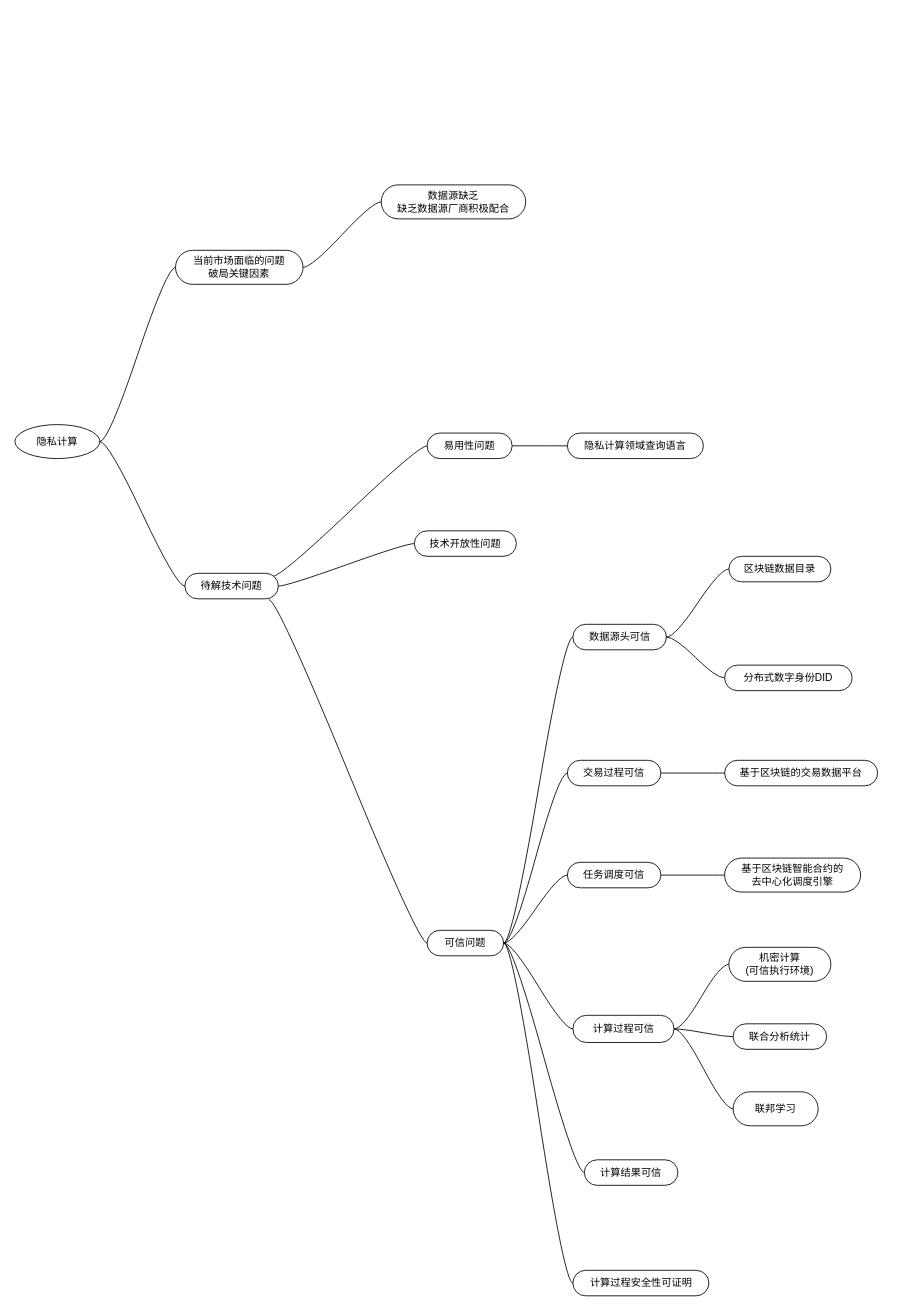
This is mpc/IDC.drawio from zmmwl/drawio, a draw.io file, before an edit. Source tidied: cells renumbered, new cells numbered last; positions are measured from the earlier drawing's top-left corner, leaving out a move shared by most shapes. Both pictures are drawn from the tidied source at 85%, with x=0, y=0 at pixel (14, 184).
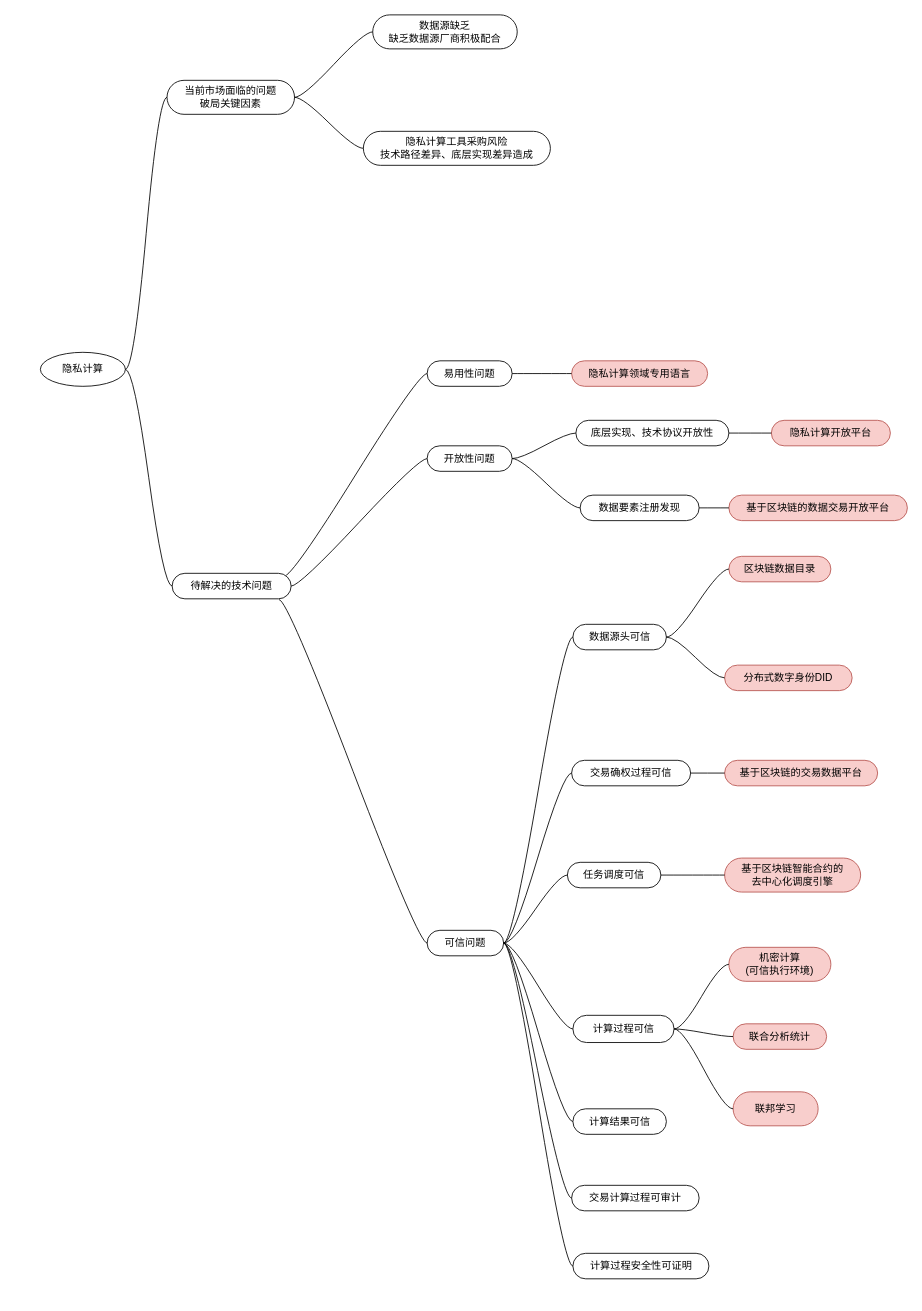
After the change.

The change refers to these unchanged cells:
```xml
<mxCell id="5" value="可信问题" style="whiteSpace=wrap;html=1;rounded=1;arcSize=50;align=center;verticalAlign=middle;strokeWidth=1;spacing=4;newEdgeStyle={&quot;edgeStyle&quot;:&quot;entityRelationEdgeStyle&quot;,&quot;startArrow&quot;:&quot;none&quot;,&quot;endArrow&quot;:&quot;none&quot;,&quot;segment&quot;:10,&quot;curved&quot;:1};" parent="1" vertex="1">
  <mxGeometry x="485" y="877" width="90" height="30" as="geometry" />
</mxCell>
```

Change to the diagram source:
```diff
@@
     <mxCell id="2" value="隐私计算" style="ellipse;whiteSpace=wrap;html=1;align=center;newEdgeStyle={&quot;edgeStyle&quot;:&quot;entityRelationEdgeStyle&quot;,&quot;startArrow&quot;:&quot;none&quot;,&quot;endArrow&quot;:&quot;none&quot;,&quot;segment&quot;:10,&quot;curved&quot;:1};" parent="1" vertex="1">
-      <mxGeometry y="282" width="100" height="40" as="geometry" />
+      <mxGeometry x="30" y="197" width="100" height="40" as="geometry" />
     </mxCell>
     <mxCell id="3" value="当前市场面临的问题&lt;br&gt;破局关键因素" style="whiteSpace=wrap;html=1;rounded=1;arcSize=50;align=center;verticalAlign=middle;strokeWidth=1;spacing=4;newEdgeStyle={&quot;edgeStyle&quot;:&quot;entityRelationEdgeStyle&quot;,&quot;startArrow&quot;:&quot;none&quot;,&quot;endArrow&quot;:&quot;none&quot;,&quot;segment&quot;:10,&quot;curved&quot;:1};" parent="1" vertex="1">
-      <mxGeometry x="189" y="77" width="150" height="40" as="geometry" />
+      <mxGeometry x="179" y="-123" width="150" height="40" as="geometry" />
     </mxCell>
@@
-    <mxCell id="7" value="机密计算&lt;br&gt;(可信执行环境)" style="whiteSpace=wrap;html=1;rounded=1;arcSize=50;align=center;verticalAlign=middle;strokeWidth=1;spacing=4;newEdgeStyle={&quot;edgeStyle&quot;:&quot;entityRelationEdgeStyle&quot;,&quot;startArrow&quot;:&quot;none&quot;,&quot;endArrow&quot;:&quot;none&quot;,&quot;segment&quot;:10,&quot;curved&quot;:1};" parent="1" vertex="1">
+    <mxCell id="7" value="机密计算&lt;br&gt;(可信执行环境)" style="whiteSpace=wrap;html=1;rounded=1;arcSize=50;align=center;verticalAlign=middle;strokeWidth=1;spacing=4;newEdgeStyle={&quot;edgeStyle&quot;:&quot;entityRelationEdgeStyle&quot;,&quot;startArrow&quot;:&quot;none&quot;,&quot;endArrow&quot;:&quot;none&quot;,&quot;segment&quot;:10,&quot;curved&quot;:1};fillColor=#f8cecc;strokeColor=#b85450;" parent="1" vertex="1">
       <mxGeometry x="840" y="897" width="120" height="40" as="geometry" />
     </mxCell>
@@
-    <mxCell id="9" value="联合分析统计" style="whiteSpace=wrap;html=1;rounded=1;arcSize=50;align=center;verticalAlign=middle;strokeWidth=1;spacing=4;newEdgeStyle={&quot;edgeStyle&quot;:&quot;entityRelationEdgeStyle&quot;,&quot;startArrow&quot;:&quot;none&quot;,&quot;endArrow&quot;:&quot;none&quot;,&quot;segment&quot;:10,&quot;curved&quot;:1};" parent="1" vertex="1">
+    <mxCell id="9" value="联合分析统计" style="whiteSpace=wrap;html=1;rounded=1;arcSize=50;align=center;verticalAlign=middle;strokeWidth=1;spacing=4;newEdgeStyle={&quot;edgeStyle&quot;:&quot;entityRelationEdgeStyle&quot;,&quot;startArrow&quot;:&quot;none&quot;,&quot;endArrow&quot;:&quot;none&quot;,&quot;segment&quot;:10,&quot;curved&quot;:1};fillColor=#f8cecc;strokeColor=#b85450;" parent="1" vertex="1">
       <mxGeometry x="845" y="987" width="110" height="30" as="geometry" />
     </mxCell>
@@
-    <mxCell id="11" value="联邦学习" style="whiteSpace=wrap;html=1;rounded=1;arcSize=50;align=center;verticalAlign=middle;strokeWidth=1;spacing=4;newEdgeStyle={&quot;edgeStyle&quot;:&quot;entityRelationEdgeStyle&quot;,&quot;startArrow&quot;:&quot;none&quot;,&quot;endArrow&quot;:&quot;none&quot;,&quot;segment&quot;:10,&quot;curved&quot;:1};" parent="1" vertex="1">
+    <mxCell id="11" value="联邦学习" style="whiteSpace=wrap;html=1;rounded=1;arcSize=50;align=center;verticalAlign=middle;strokeWidth=1;spacing=4;newEdgeStyle={&quot;edgeStyle&quot;:&quot;entityRelationEdgeStyle&quot;,&quot;startArrow&quot;:&quot;none&quot;,&quot;endArrow&quot;:&quot;none&quot;,&quot;segment&quot;:10,&quot;curved&quot;:1};fillColor=#f8cecc;strokeColor=#b85450;" parent="1" vertex="1">
       <mxGeometry x="845" y="1067" width="100" height="40" as="geometry" />
     </mxCell>
@@
-    <mxCell id="17" value="交易过程可信" style="whiteSpace=wrap;html=1;rounded=1;arcSize=50;align=center;verticalAlign=middle;strokeWidth=1;spacing=4;newEdgeStyle={&quot;edgeStyle&quot;:&quot;entityRelationEdgeStyle&quot;,&quot;startArrow&quot;:&quot;none&quot;,&quot;endArrow&quot;:&quot;none&quot;,&quot;segment&quot;:10,&quot;curved&quot;:1};" parent="1" vertex="1">
-      <mxGeometry x="650" y="677" width="110" height="30" as="geometry" />
+    <mxCell id="17" value="交易确权过程可信" style="whiteSpace=wrap;html=1;rounded=1;arcSize=50;align=center;verticalAlign=middle;strokeWidth=1;spacing=4;newEdgeStyle={&quot;edgeStyle&quot;:&quot;entityRelationEdgeStyle&quot;,&quot;startArrow&quot;:&quot;none&quot;,&quot;endArrow&quot;:&quot;none&quot;,&quot;segment&quot;:10,&quot;curved&quot;:1};" parent="1" vertex="1">
+      <mxGeometry x="655" y="677" width="140" height="30" as="geometry" />
     </mxCell>
@@
-    <mxCell id="21" value="基于区块链智能合约的&lt;br&gt;去中心化调度引擎" style="whiteSpace=wrap;html=1;rounded=1;arcSize=50;align=center;verticalAlign=middle;strokeWidth=1;spacing=4;newEdgeStyle={&quot;edgeStyle&quot;:&quot;entityRelationEdgeStyle&quot;,&quot;startArrow&quot;:&quot;none&quot;,&quot;endArrow&quot;:&quot;none&quot;,&quot;segment&quot;:10,&quot;curved&quot;:1};" parent="1" vertex="1">
+    <mxCell id="21" value="基于区块链智能合约的&lt;br&gt;去中心化调度引擎" style="whiteSpace=wrap;html=1;rounded=1;arcSize=50;align=center;verticalAlign=middle;strokeWidth=1;spacing=4;newEdgeStyle={&quot;edgeStyle&quot;:&quot;entityRelationEdgeStyle&quot;,&quot;startArrow&quot;:&quot;none&quot;,&quot;endArrow&quot;:&quot;none&quot;,&quot;segment&quot;:10,&quot;curved&quot;:1};fillColor=#f8cecc;strokeColor=#b85450;" parent="1" vertex="1">
       <mxGeometry x="835" y="792" width="160" height="40" as="geometry" />
     </mxCell>
@@
-    <mxCell id="23" value="基于区块链的交易数据平台" style="whiteSpace=wrap;html=1;rounded=1;arcSize=50;align=center;verticalAlign=middle;strokeWidth=1;spacing=4;newEdgeStyle={&quot;edgeStyle&quot;:&quot;entityRelationEdgeStyle&quot;,&quot;startArrow&quot;:&quot;none&quot;,&quot;endArrow&quot;:&quot;none&quot;,&quot;segment&quot;:10,&quot;curved&quot;:1};" parent="1" vertex="1">
+    <mxCell id="23" value="基于区块链的交易数据平台" style="whiteSpace=wrap;html=1;rounded=1;arcSize=50;align=center;verticalAlign=middle;strokeWidth=1;spacing=4;newEdgeStyle={&quot;edgeStyle&quot;:&quot;entityRelationEdgeStyle&quot;,&quot;startArrow&quot;:&quot;none&quot;,&quot;endArrow&quot;:&quot;none&quot;,&quot;segment&quot;:10,&quot;curved&quot;:1};fillColor=#f8cecc;strokeColor=#b85450;" parent="1" vertex="1">
       <mxGeometry x="835" y="677" width="180" height="30" as="geometry" />
     </mxCell>
@@
-    <mxCell id="25" value="区块链数据目录" style="whiteSpace=wrap;html=1;rounded=1;arcSize=50;align=center;verticalAlign=middle;strokeWidth=1;spacing=4;newEdgeStyle={&quot;edgeStyle&quot;:&quot;entityRelationEdgeStyle&quot;,&quot;startArrow&quot;:&quot;none&quot;,&quot;endArrow&quot;:&quot;none&quot;,&quot;segment&quot;:10,&quot;curved&quot;:1};" parent="1" vertex="1">
+    <mxCell id="25" value="区块链数据目录" style="whiteSpace=wrap;html=1;rounded=1;arcSize=50;align=center;verticalAlign=middle;strokeWidth=1;spacing=4;newEdgeStyle={&quot;edgeStyle&quot;:&quot;entityRelationEdgeStyle&quot;,&quot;startArrow&quot;:&quot;none&quot;,&quot;endArrow&quot;:&quot;none&quot;,&quot;segment&quot;:10,&quot;curved&quot;:1};fillColor=#f8cecc;strokeColor=#b85450;" parent="1" vertex="1">
       <mxGeometry x="840" y="437" width="120" height="30" as="geometry" />
     </mxCell>
@@
     <mxCell id="27" value="计算过程安全性可证明" style="whiteSpace=wrap;html=1;rounded=1;arcSize=50;align=center;verticalAlign=middle;strokeWidth=1;spacing=4;newEdgeStyle={&quot;edgeStyle&quot;:&quot;entityRelationEdgeStyle&quot;,&quot;startArrow&quot;:&quot;none&quot;,&quot;endArrow&quot;:&quot;none&quot;,&quot;segment&quot;:10,&quot;curved&quot;:1};" parent="1" vertex="1">
-      <mxGeometry x="656.5" y="1277" width="160" height="30" as="geometry" />
+      <mxGeometry x="656.5" y="1257" width="160" height="30" as="geometry" />
     </mxCell>
@@
     <mxCell id="29" value="计算结果可信" style="whiteSpace=wrap;html=1;rounded=1;arcSize=50;align=center;verticalAlign=middle;strokeWidth=1;spacing=4;newEdgeStyle={&quot;edgeStyle&quot;:&quot;entityRelationEdgeStyle&quot;,&quot;startArrow&quot;:&quot;none&quot;,&quot;endArrow&quot;:&quot;none&quot;,&quot;segment&quot;:10,&quot;curved&quot;:1};" parent="1" vertex="1">
-      <mxGeometry x="670" y="1147" width="110" height="30" as="geometry" />
+      <mxGeometry x="656.5" y="1087" width="110" height="30" as="geometry" />
     </mxCell>
@@
     <mxCell id="31" value="数据源缺乏&lt;br&gt;缺乏数据源厂商积极配合" style="whiteSpace=wrap;html=1;rounded=1;arcSize=50;align=center;verticalAlign=middle;strokeWidth=1;spacing=4;newEdgeStyle={&quot;edgeStyle&quot;:&quot;entityRelationEdgeStyle&quot;,&quot;startArrow&quot;:&quot;none&quot;,&quot;endArrow&quot;:&quot;none&quot;,&quot;segment&quot;:10,&quot;curved&quot;:1};" parent="1" vertex="1">
-      <mxGeometry x="431" width="170" height="40" as="geometry" />
+      <mxGeometry x="421" y="-200" width="170" height="40" as="geometry" />
     </mxCell>
@@
     <mxCell id="33" value="易用性问题" style="whiteSpace=wrap;html=1;rounded=1;arcSize=50;align=center;verticalAlign=middle;strokeWidth=1;spacing=4;newEdgeStyle={&quot;edgeStyle&quot;:&quot;entityRelationEdgeStyle&quot;,&quot;startArrow&quot;:&quot;none&quot;,&quot;endArrow&quot;:&quot;none&quot;,&quot;segment&quot;:10,&quot;curved&quot;:1};" parent="1" vertex="1">
-      <mxGeometry x="485" y="292" width="100" height="30" as="geometry" />
+      <mxGeometry x="485" y="207" width="100" height="30" as="geometry" />
     </mxCell>
@@
-    <mxCell id="35" value="待解技术问题" style="whiteSpace=wrap;html=1;rounded=1;arcSize=50;align=center;verticalAlign=middle;strokeWidth=1;spacing=4;newEdgeStyle={&quot;edgeStyle&quot;:&quot;entityRelationEdgeStyle&quot;,&quot;startArrow&quot;:&quot;none&quot;,&quot;endArrow&quot;:&quot;none&quot;,&quot;segment&quot;:10,&quot;curved&quot;:1};" parent="1" vertex="1">
-      <mxGeometry x="200" y="457" width="110" height="30" as="geometry" />
+    <mxCell id="35" value="待解决的技术问题" style="whiteSpace=wrap;html=1;rounded=1;arcSize=50;align=center;verticalAlign=middle;strokeWidth=1;spacing=4;newEdgeStyle={&quot;edgeStyle&quot;:&quot;entityRelationEdgeStyle&quot;,&quot;startArrow&quot;:&quot;none&quot;,&quot;endArrow&quot;:&quot;none&quot;,&quot;segment&quot;:10,&quot;curved&quot;:1};" parent="1" vertex="1">
+      <mxGeometry x="185" y="457" width="140" height="30" as="geometry" />
     </mxCell>
@@
-    <mxCell id="37" value="技术开放性问题" style="whiteSpace=wrap;html=1;rounded=1;arcSize=50;align=center;verticalAlign=middle;strokeWidth=1;spacing=4;newEdgeStyle={&quot;edgeStyle&quot;:&quot;entityRelationEdgeStyle&quot;,&quot;startArrow&quot;:&quot;none&quot;,&quot;endArrow&quot;:&quot;none&quot;,&quot;segment&quot;:10,&quot;curved&quot;:1};" parent="1" vertex="1">
-      <mxGeometry x="470" y="407" width="120" height="30" as="geometry" />
+    <mxCell id="37" value="开放性问题" style="whiteSpace=wrap;html=1;rounded=1;arcSize=50;align=center;verticalAlign=middle;strokeWidth=1;spacing=4;newEdgeStyle={&quot;edgeStyle&quot;:&quot;entityRelationEdgeStyle&quot;,&quot;startArrow&quot;:&quot;none&quot;,&quot;endArrow&quot;:&quot;none&quot;,&quot;segment&quot;:10,&quot;curved&quot;:1};" parent="1" vertex="1">
+      <mxGeometry x="485" y="307" width="100" height="30" as="geometry" />
     </mxCell>
@@
-    <mxCell id="39" value="隐私计算领域查询语言" style="whiteSpace=wrap;html=1;rounded=1;arcSize=50;align=center;verticalAlign=middle;strokeWidth=1;spacing=4;newEdgeStyle={&quot;edgeStyle&quot;:&quot;entityRelationEdgeStyle&quot;,&quot;startArrow&quot;:&quot;none&quot;,&quot;endArrow&quot;:&quot;none&quot;,&quot;segment&quot;:10,&quot;curved&quot;:1};" parent="1" vertex="1">
-      <mxGeometry x="650" y="292" width="160" height="30" as="geometry" />
+    <mxCell id="39" value="隐私计算领域专用语言" style="whiteSpace=wrap;html=1;rounded=1;arcSize=50;align=center;verticalAlign=middle;strokeWidth=1;spacing=4;newEdgeStyle={&quot;edgeStyle&quot;:&quot;entityRelationEdgeStyle&quot;,&quot;startArrow&quot;:&quot;none&quot;,&quot;endArrow&quot;:&quot;none&quot;,&quot;segment&quot;:10,&quot;curved&quot;:1};fillColor=#f8cecc;strokeColor=#b85450;" parent="1" vertex="1">
+      <mxGeometry x="655" y="207" width="160" height="30" as="geometry" />
     </mxCell>
@@
-    <mxCell id="41" value="分布式数字身份DID" style="whiteSpace=wrap;html=1;rounded=1;arcSize=50;align=center;verticalAlign=middle;strokeWidth=1;spacing=4;newEdgeStyle={&quot;edgeStyle&quot;:&quot;entityRelationEdgeStyle&quot;,&quot;startArrow&quot;:&quot;none&quot;,&quot;endArrow&quot;:&quot;none&quot;,&quot;segment&quot;:10,&quot;curved&quot;:1};" parent="1" vertex="1">
+    <mxCell id="41" value="分布式数字身份DID" style="whiteSpace=wrap;html=1;rounded=1;arcSize=50;align=center;verticalAlign=middle;strokeWidth=1;spacing=4;newEdgeStyle={&quot;edgeStyle&quot;:&quot;entityRelationEdgeStyle&quot;,&quot;startArrow&quot;:&quot;none&quot;,&quot;endArrow&quot;:&quot;none&quot;,&quot;segment&quot;:10,&quot;curved&quot;:1};fillColor=#f8cecc;strokeColor=#b85450;" parent="1" vertex="1">
       <mxGeometry x="835" y="565" width="150" height="30" as="geometry" />
     </mxCell>
@@
+    <mxCell id="43" value="交易计算过程可审计" style="whiteSpace=wrap;html=1;rounded=1;arcSize=50;align=center;verticalAlign=middle;strokeWidth=1;spacing=4;newEdgeStyle={&quot;edgeStyle&quot;:&quot;entityRelationEdgeStyle&quot;,&quot;startArrow&quot;:&quot;none&quot;,&quot;endArrow&quot;:&quot;none&quot;,&quot;segment&quot;:10,&quot;curved&quot;:1};" parent="1" vertex="1">
+      <mxGeometry x="655" y="1177" width="150" height="30" as="geometry" />
+    </mxCell>
+    <mxCell id="44" style="edgeStyle=entityRelationEdgeStyle;startArrow=none;endArrow=none;segment=10;curved=1;rounded=0;exitX=1;exitY=0.5;exitDx=0;exitDy=0;" parent="1" edge="1" source="5" target="43">
+      <mxGeometry relative="1" as="geometry" />
+    </mxCell>
+    <mxCell id="45" value="底层实现、技术协议开放性" style="whiteSpace=wrap;html=1;rounded=1;arcSize=50;align=center;verticalAlign=middle;strokeWidth=1;spacing=4;newEdgeStyle={&quot;edgeStyle&quot;:&quot;entityRelationEdgeStyle&quot;,&quot;startArrow&quot;:&quot;none&quot;,&quot;endArrow&quot;:&quot;none&quot;,&quot;segment&quot;:10,&quot;curved&quot;:1};" parent="1" vertex="1">
+      <mxGeometry x="660" y="277" width="180" height="30" as="geometry" />
+    </mxCell>
+    <mxCell id="46" style="edgeStyle=entityRelationEdgeStyle;startArrow=none;endArrow=none;segment=10;curved=1;rounded=0;exitX=1;exitY=0.5;exitDx=0;exitDy=0;" parent="1" edge="1" source="37" target="45">
+      <mxGeometry relative="1" as="geometry" />
+    </mxCell>
+    <mxCell id="47" value="数据要素注册发现" style="whiteSpace=wrap;html=1;rounded=1;arcSize=50;align=center;verticalAlign=middle;strokeWidth=1;spacing=4;newEdgeStyle={&quot;edgeStyle&quot;:&quot;entityRelationEdgeStyle&quot;,&quot;startArrow&quot;:&quot;none&quot;,&quot;endArrow&quot;:&quot;none&quot;,&quot;segment&quot;:10,&quot;curved&quot;:1};" parent="1" vertex="1">
+      <mxGeometry x="665" y="365" width="140" height="30" as="geometry" />
+    </mxCell>
+    <mxCell id="48" style="edgeStyle=entityRelationEdgeStyle;startArrow=none;endArrow=none;segment=10;curved=1;rounded=0;exitX=1;exitY=0.5;exitDx=0;exitDy=0;" parent="1" edge="1" source="37" target="47">
+      <mxGeometry relative="1" as="geometry" />
+    </mxCell>
+    <mxCell id="49" value="基于区块链的数据交易开放平台" style="whiteSpace=wrap;html=1;rounded=1;arcSize=50;align=center;verticalAlign=middle;strokeWidth=1;spacing=4;newEdgeStyle={&quot;edgeStyle&quot;:&quot;entityRelationEdgeStyle&quot;,&quot;startArrow&quot;:&quot;none&quot;,&quot;endArrow&quot;:&quot;none&quot;,&quot;segment&quot;:10,&quot;curved&quot;:1};fillColor=#f8cecc;strokeColor=#b85450;" parent="1" vertex="1">
+      <mxGeometry x="840" y="365" width="210" height="30" as="geometry" />
+    </mxCell>
+    <mxCell id="50" style="edgeStyle=entityRelationEdgeStyle;startArrow=none;endArrow=none;segment=10;curved=1;rounded=0;exitX=1;exitY=0.5;exitDx=0;exitDy=0;" parent="1" edge="1" source="47" target="49">
+      <mxGeometry relative="1" as="geometry" />
+    </mxCell>
+    <mxCell id="51" value="隐私计算开放平台" style="whiteSpace=wrap;html=1;rounded=1;arcSize=50;align=center;verticalAlign=middle;strokeWidth=1;spacing=4;newEdgeStyle={&quot;edgeStyle&quot;:&quot;entityRelationEdgeStyle&quot;,&quot;startArrow&quot;:&quot;none&quot;,&quot;endArrow&quot;:&quot;none&quot;,&quot;segment&quot;:10,&quot;curved&quot;:1};fillColor=#f8cecc;strokeColor=#b85450;" parent="1" vertex="1">
+      <mxGeometry x="890" y="277" width="140" height="30" as="geometry" />
+    </mxCell>
+    <mxCell id="52" style="edgeStyle=entityRelationEdgeStyle;startArrow=none;endArrow=none;segment=10;curved=1;rounded=0;exitX=1;exitY=0.5;exitDx=0;exitDy=0;" parent="1" edge="1" source="45" target="51">
+      <mxGeometry relative="1" as="geometry" />
+    </mxCell>
+    <mxCell id="53" value="隐私计算工具采购风险&lt;br&gt;技术路径差异、底层实现差异造成" style="whiteSpace=wrap;html=1;rounded=1;arcSize=50;align=center;verticalAlign=middle;strokeWidth=1;spacing=4;newEdgeStyle={&quot;edgeStyle&quot;:&quot;entityRelationEdgeStyle&quot;,&quot;startArrow&quot;:&quot;none&quot;,&quot;endArrow&quot;:&quot;none&quot;,&quot;segment&quot;:10,&quot;curved&quot;:1};" parent="1" vertex="1">
+      <mxGeometry x="410" y="-63" width="220" height="40" as="geometry" />
+    </mxCell>
+    <mxCell id="54" style="edgeStyle=entityRelationEdgeStyle;startArrow=none;endArrow=none;segment=10;curved=1;rounded=0;" parent="1" edge="1" source="3" target="53">
+      <mxGeometry relative="1" as="geometry" />
+    </mxCell>
```
